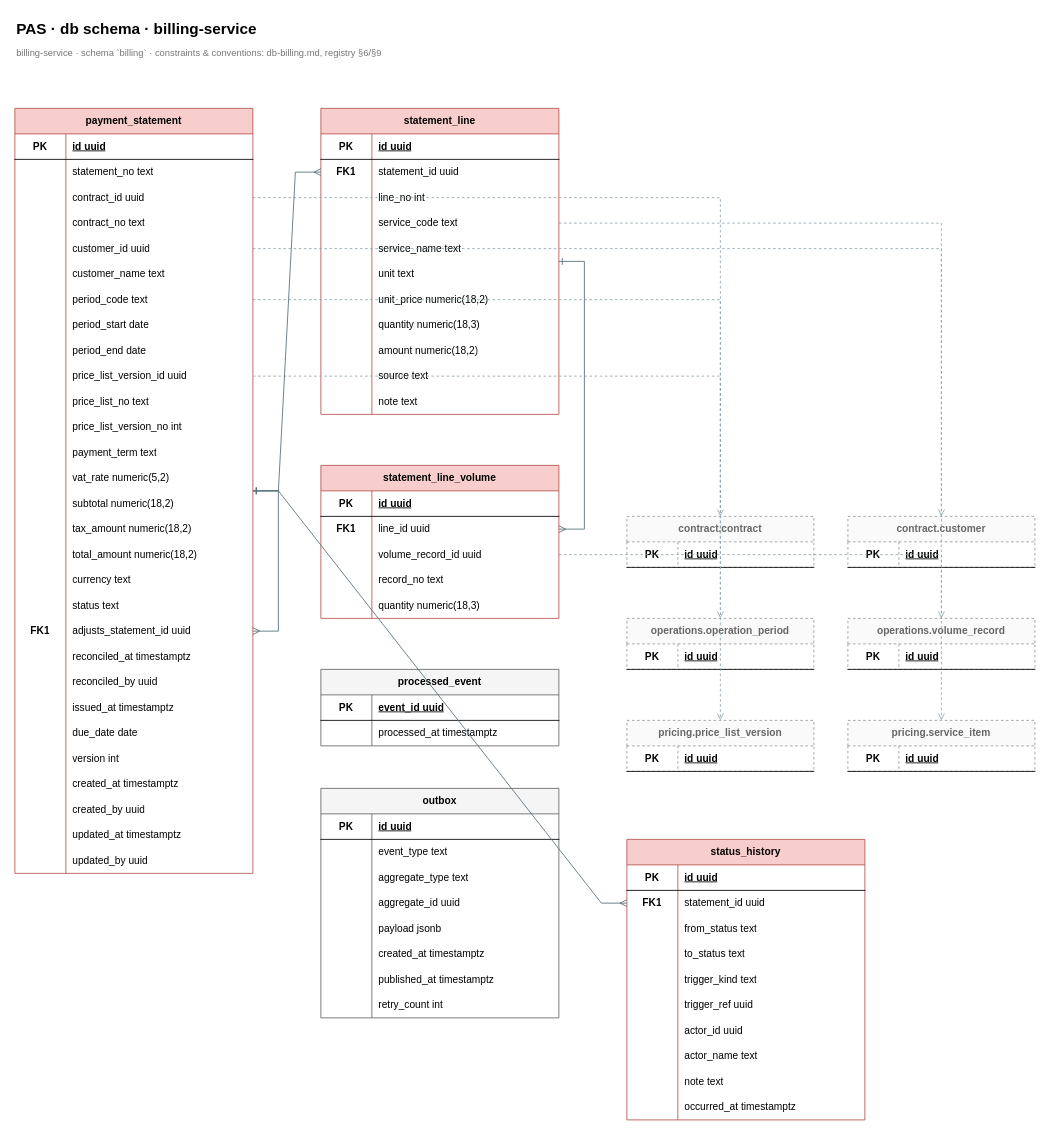
Earlier version of the draw.io diagram docs/design/db/db-billing.drawio (luinor223/pas). Source tidied: cells renumbered, new cells numbered last; positions are measured from the earlier drawing's top-left corner, leaving out a move shared by most shapes. Both pictures are drawn from the tidied source at 85%, with x=0, y=0 at pixel (14, 14).
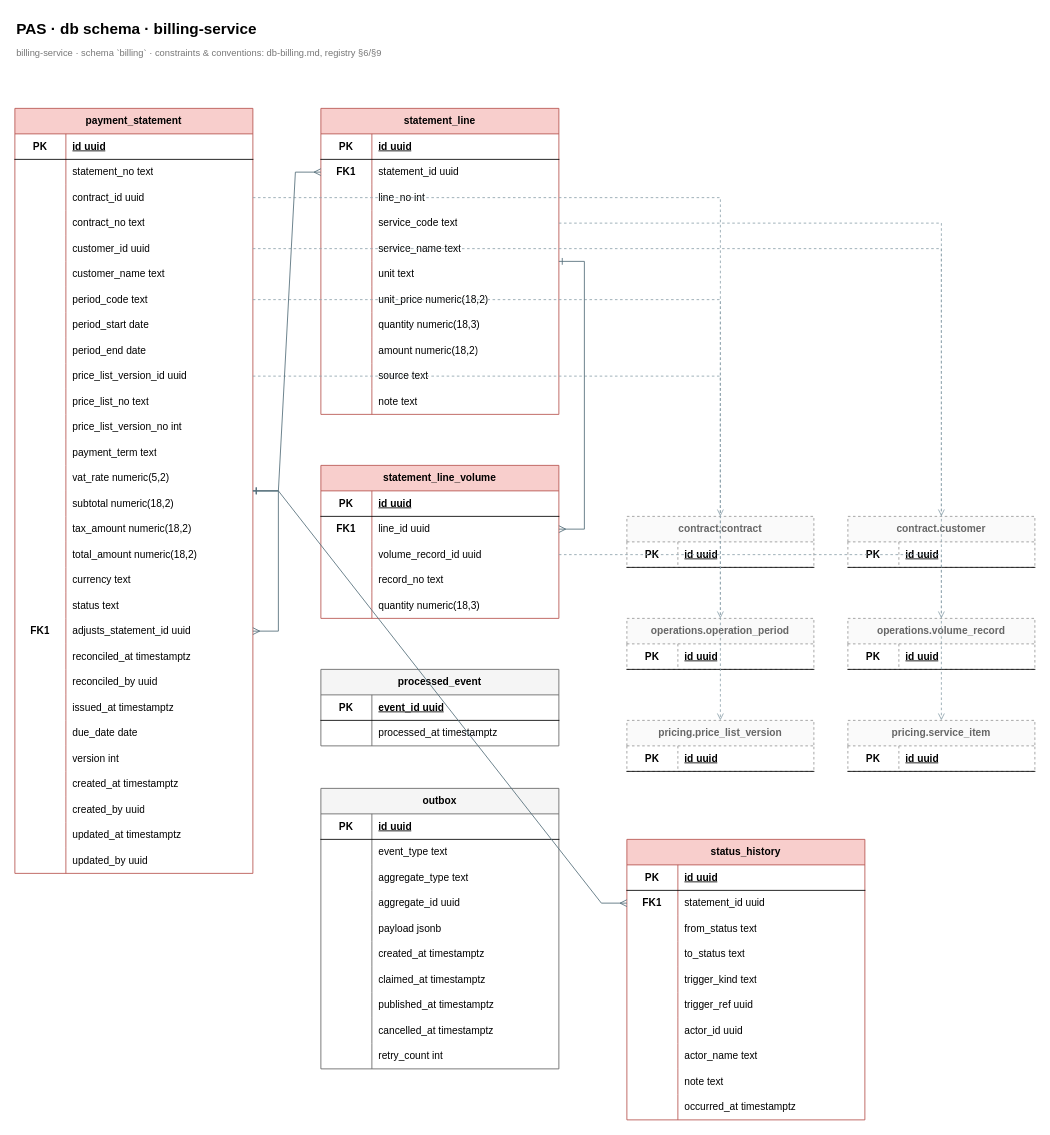
The same page after the edit.

Unchanged cells that the change refers to:
```xml
<mxCell id="168" style="shape=tableRow;horizontal=0;startSize=0;swimlaneHead=0;swimlaneBody=0;fillColor=none;top=0;left=0;right=0;bottom=0;html=1;" parent="149" vertex="1">
  <mxGeometry y="210" width="280" height="30" as="geometry" />
</mxCell>
<mxCell id="171" style="shape=tableRow;horizontal=0;startSize=0;swimlaneHead=0;swimlaneBody=0;fillColor=none;top=0;left=0;right=0;bottom=0;html=1;" parent="149" vertex="1">
  <mxGeometry y="240" width="280" height="30" as="geometry" />
</mxCell>
```

What changed in the source:
```diff
@@
     <mxCell id="149" value="outbox" style="shape=table;startSize=30;childLayout=tableLayout;rowLines=0;fontStyle=1;align=center;html=1;whiteSpace=wrap;fillColor=#f5f5f5;strokeColor=#666666;" parent="1" vertex="1">
-      <mxGeometry x="360" y="910" width="280" height="270" as="geometry" />
+      <mxGeometry x="360" y="910" width="280" height="330" as="geometry" />
     </mxCell>
@@
-    <mxCell id="170" value="published_at timestamptz" style="shape=partialRectangle;fillColor=none;top=0;left=0;bottom=0;right=0;align=left;spacingLeft=6;overflow=hidden;whiteSpace=wrap;html=1;" parent="168" vertex="1">
+    <mxCell id="170" value="claimed_at timestamptz" style="shape=partialRectangle;fillColor=none;top=0;left=0;bottom=0;right=0;align=left;spacingLeft=6;overflow=hidden;whiteSpace=wrap;html=1;" parent="168" vertex="1">
       <mxGeometry x="60" width="220" height="30" as="geometry" />
     </mxCell>
@@
-    <mxCell id="173" value="retry_count int" style="shape=partialRectangle;fillColor=none;top=0;left=0;bottom=0;right=0;align=left;spacingLeft=6;overflow=hidden;whiteSpace=wrap;html=1;" parent="171" vertex="1">
+    <mxCell id="173" value="published_at timestamptz" style="shape=partialRectangle;fillColor=none;top=0;left=0;bottom=0;right=0;align=left;spacingLeft=6;overflow=hidden;whiteSpace=wrap;html=1;" parent="171" vertex="1">
       <mxGeometry x="60" width="220" height="30" as="geometry" />
     </mxCell>
+    <mxCell id="239" style="shape=tableRow;horizontal=0;startSize=0;swimlaneHead=0;swimlaneBody=0;fillColor=none;top=0;left=0;right=0;bottom=0;html=1;" parent="149" vertex="1">
+      <mxGeometry y="270" width="280" height="30" as="geometry" />
+    </mxCell>
+    <mxCell id="240" style="shape=partialRectangle;fillColor=none;top=0;left=0;bottom=0;right=0;fontStyle=1;overflow=hidden;whiteSpace=wrap;html=1;" parent="239" vertex="1">
+      <mxGeometry width="60" height="30" as="geometry" />
+    </mxCell>
+    <mxCell id="241" value="cancelled_at timestamptz" style="shape=partialRectangle;fillColor=none;top=0;left=0;bottom=0;right=0;align=left;spacingLeft=6;overflow=hidden;whiteSpace=wrap;html=1;" parent="239" vertex="1">
+      <mxGeometry x="60" width="220" height="30" as="geometry" />
+    </mxCell>
+    <mxCell id="242" style="shape=tableRow;horizontal=0;startSize=0;swimlaneHead=0;swimlaneBody=0;fillColor=none;top=0;left=0;right=0;bottom=0;html=1;" parent="149" vertex="1">
+      <mxGeometry y="300" width="280" height="30" as="geometry" />
+    </mxCell>
+    <mxCell id="243" style="shape=partialRectangle;fillColor=none;top=0;left=0;bottom=0;right=0;fontStyle=1;overflow=hidden;whiteSpace=wrap;html=1;" parent="242" vertex="1">
+      <mxGeometry width="60" height="30" as="geometry" />
+    </mxCell>
+    <mxCell id="244" value="retry_count int" style="shape=partialRectangle;fillColor=none;top=0;left=0;bottom=0;right=0;align=left;spacingLeft=6;overflow=hidden;whiteSpace=wrap;html=1;" parent="242" vertex="1">
+      <mxGeometry x="60" width="220" height="30" as="geometry" />
+    </mxCell>
```
